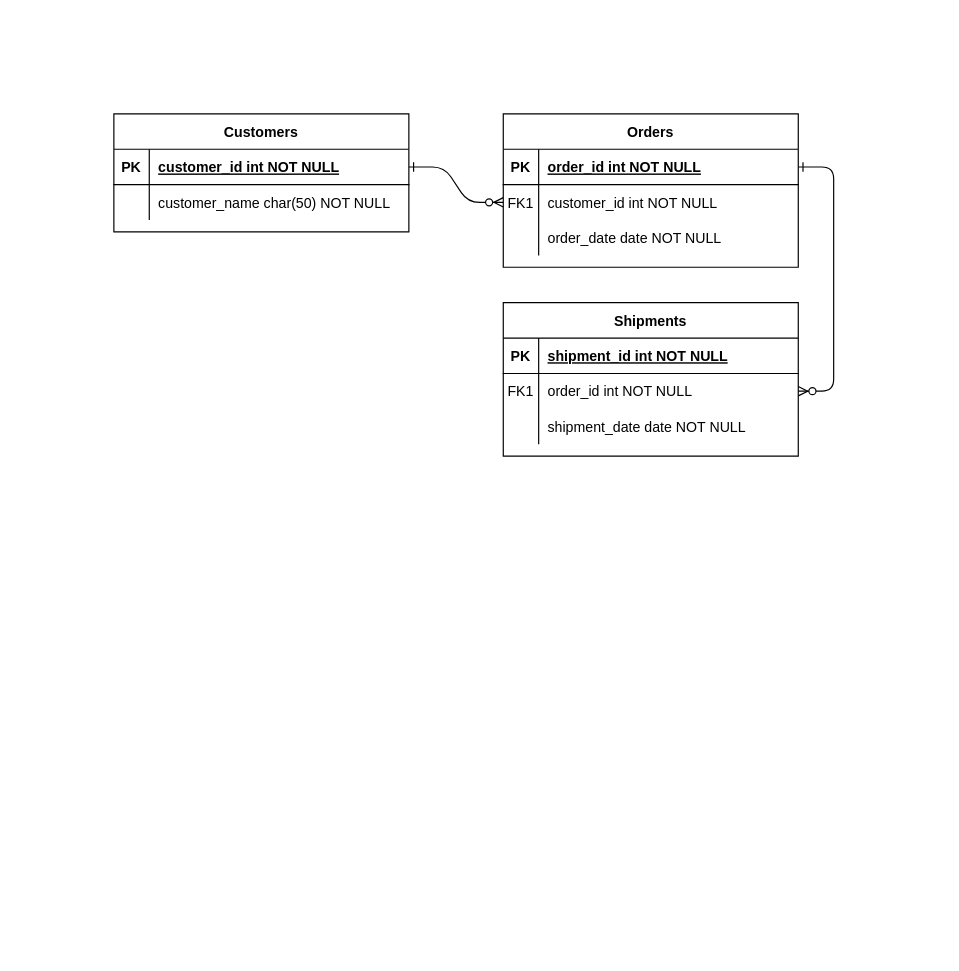
Before: InternationalSouvenirsGroupERD.drawio in wstearns19/Tools-for-Data-Science, a draw.io diagram. Source tidied: cells renumbered, new cells numbered last; positions are measured from the earlier drawing's top-left corner, leaving out a move shared by most shapes. Both pictures are drawn from the tidied source at 118%, with x=0, y=0 at pixel (113, 113).
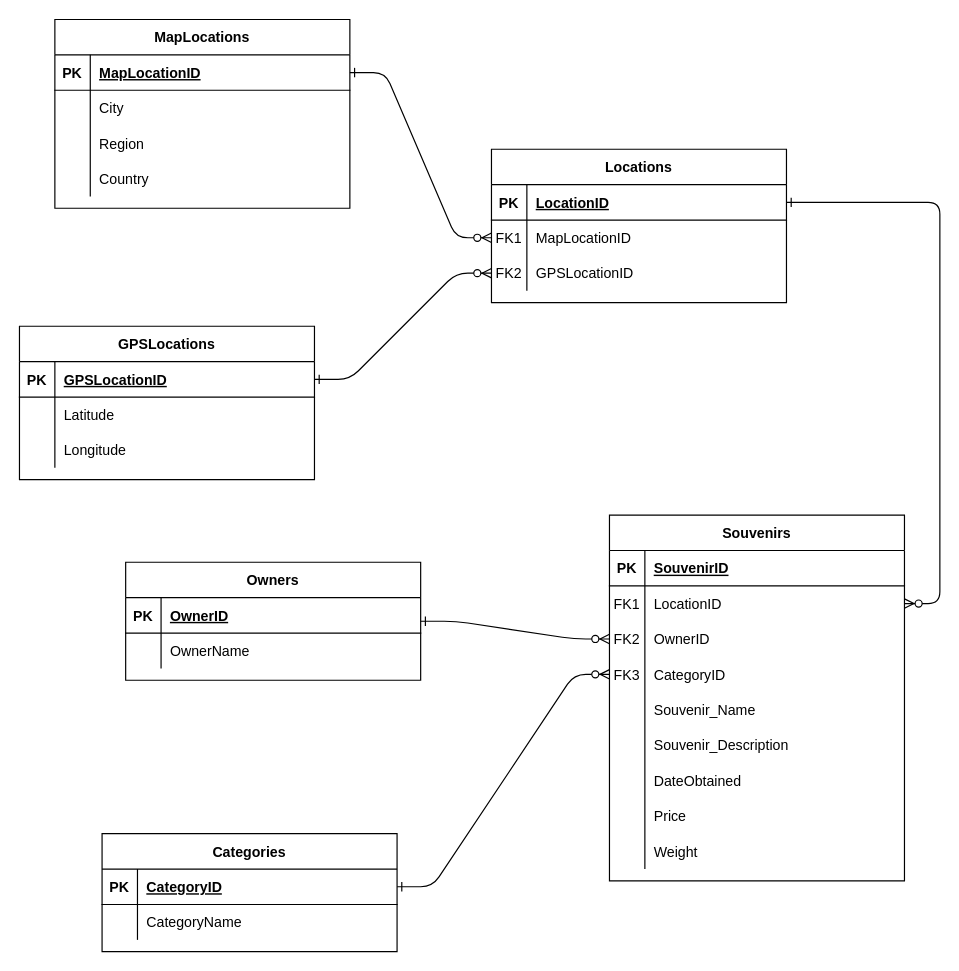
Above is the later version.

Unchanged cells that the change refers to:
```xml
<mxCell id="5" style="shape=partialRectangle;fillColor=none;points=[[0,0.5],[1,0.5]];portConstraint=eastwest;top=0;left=0;right=0;bottom=1;" parent="4" vertex="1">
  <mxGeometry y="30" width="250" height="30" as="geometry" />
</mxCell>
<mxCell id="8" style="shape=partialRectangle;fillColor=none;points=[[0,0.5],[1,0.5]];portConstraint=eastwest;top=0;left=0;right=0;bottom=0;" parent="4" vertex="1">
  <mxGeometry y="60" width="250" height="30" as="geometry" />
</mxCell>
<mxCell id="11" style="shape=partialRectangle;fillColor=none;points=[[0,0.5],[1,0.5]];portConstraint=eastwest;top=0;left=0;right=0;bottom=0;" parent="4" vertex="1">
  <mxGeometry y="90" width="250" height="30" as="geometry" />
</mxCell>
<mxCell id="15" style="shape=partialRectangle;fillColor=none;top=0;left=0;right=0;bottom=1;" parent="14" vertex="1">
  <mxGeometry y="30" width="250" height="30" as="geometry" />
</mxCell>
<mxCell id="18" style="shape=partialRectangle;fillColor=none;points=[[0,0.5],[1,0.5]];portConstraint=eastwest;top=0;left=0;right=0;bottom=0;" parent="14" vertex="1">
  <mxGeometry y="60" width="250" height="30" as="geometry" />
</mxCell>
<mxCell id="21" style="shape=partialRectangle;fillColor=none;points=[[0,0.5],[1,0.5]];portConstraint=eastwest;top=0;left=0;right=0;bottom=0;" parent="14" vertex="1">
  <mxGeometry y="90" width="250" height="30" as="geometry" />
</mxCell>
<mxCell id="25" style="shape=partialRectangle;fillColor=none;points=[[0,0.5],[1,0.5]];portConstraint=eastwest;top=0;left=0;right=0;bottom=1;" parent="24" vertex="1">
  <mxGeometry y="30" width="250" height="30" as="geometry" />
</mxCell>
<mxCell id="28" style="shape=partialRectangle;fillColor=none;top=0;left=0;right=0;bottom=0;" parent="24" vertex="1">
  <mxGeometry y="60" width="250" height="30" as="geometry" />
</mxCell>
```

Diff of the diagram source:
```diff
@@
-    <mxCell id="3" style="edgeStyle=entityRelationEdgeStyle;endArrow=ERzeroToMany;startArrow=ERone;endFill=1;startFill=0;" parent="1" edge="1" source="5" target="18">
+    <mxCell id="3" style="edgeStyle=entityRelationEdgeStyle;endArrow=ERzeroToMany;startArrow=ERone;endFill=1;startFill=0;exitX=1;exitY=0.5;exitDx=0;exitDy=0;" parent="1" edge="1" source="5" target="18">
       <mxGeometry relative="1" as="geometry" />
     </mxCell>
-    <mxCell id="4" value="Orders" style="shape=table;startSize=30;childLayout=tableLayout;rowLines=0;fontStyle=1;align=center;" parent="1" vertex="1">
-      <mxGeometry x="330" width="250" height="130" as="geometry" />
+    <mxCell id="4" value="Locations" style="shape=table;startSize=30;childLayout=tableLayout;rowLines=0;fontStyle=1;align=center;" parent="1" vertex="1">
+      <mxGeometry x="320" y="30" width="250" height="130" as="geometry" />
     </mxCell>
@@
-    <mxCell id="7" value="order_id int NOT NULL " style="shape=partialRectangle;overflow=hidden;fillColor=none;top=0;left=0;bottom=0;right=0;align=left;spacingLeft=6;fontStyle=5;" parent="5" vertex="1">
+    <mxCell id="7" value="LocationID" style="shape=partialRectangle;overflow=hidden;fillColor=none;top=0;left=0;bottom=0;right=0;align=left;spacingLeft=6;fontStyle=5;" parent="5" vertex="1">
       <mxGeometry x="30" width="220" height="30" as="geometry" />
     </mxCell>
@@
-    <mxCell id="10" value="customer_id int NOT NULL" style="shape=partialRectangle;overflow=hidden;fillColor=none;top=0;left=0;bottom=0;right=0;align=left;spacingLeft=6;" parent="8" vertex="1">
+    <mxCell id="10" value="MapLocationID" style="shape=partialRectangle;overflow=hidden;fillColor=none;top=0;left=0;bottom=0;right=0;align=left;spacingLeft=6;" parent="8" vertex="1">
       <mxGeometry x="30" width="220" height="30" as="geometry" />
     </mxCell>
@@
-    <mxCell id="12" style="shape=partialRectangle;overflow=hidden;fillColor=none;top=0;left=0;bottom=0;right=0;" parent="11" vertex="1">
+    <mxCell id="12" value="FK2" style="shape=partialRectangle;overflow=hidden;fillColor=none;top=0;left=0;bottom=0;right=0;" parent="11" vertex="1">
       <mxGeometry width="30" height="30" as="geometry" />
     </mxCell>
-    <mxCell id="13" value="order_date date NOT NULL" style="shape=partialRectangle;overflow=hidden;fillColor=none;top=0;left=0;bottom=0;right=0;align=left;spacingLeft=6;" parent="11" vertex="1">
+    <mxCell id="13" value="GPSLocationID" style="shape=partialRectangle;overflow=hidden;fillColor=none;top=0;left=0;bottom=0;right=0;align=left;spacingLeft=6;" parent="11" vertex="1">
       <mxGeometry x="30" width="220" height="30" as="geometry" />
     </mxCell>
-    <mxCell id="14" value="Shipments" style="shape=table;startSize=30;childLayout=tableLayout;rowLines=0;fontStyle=1;align=center;" parent="1" vertex="1">
-      <mxGeometry x="330" y="160" width="250" height="130" as="geometry" />
+    <mxCell id="14" value="Souvenirs" style="shape=table;startSize=30;childLayout=tableLayout;rowLines=0;fontStyle=1;align=center;" parent="1" vertex="1">
+      <mxGeometry x="420" y="340" width="250" height="310" as="geometry" />
     </mxCell>
@@
-    <mxCell id="17" value="shipment_id int NOT NULL " style="shape=partialRectangle;overflow=hidden;fillColor=none;top=0;left=0;bottom=0;right=0;align=left;spacingLeft=6;fontStyle=5;" parent="15" vertex="1">
+    <mxCell id="17" value="SouvenirID" style="shape=partialRectangle;overflow=hidden;fillColor=none;top=0;left=0;bottom=0;right=0;align=left;spacingLeft=6;fontStyle=5;" parent="15" vertex="1">
       <mxGeometry x="30" width="220" height="30" as="geometry" />
     </mxCell>
@@
-    <mxCell id="20" value="order_id int NOT NULL" style="shape=partialRectangle;overflow=hidden;fillColor=none;top=0;left=0;bottom=0;right=0;align=left;spacingLeft=6;" parent="18" vertex="1">
+    <mxCell id="20" value="LocationID" style="shape=partialRectangle;overflow=hidden;fillColor=none;top=0;left=0;bottom=0;right=0;align=left;spacingLeft=6;" parent="18" vertex="1">
       <mxGeometry x="30" width="220" height="30" as="geometry" />
     </mxCell>
@@
-    <mxCell id="22" style="shape=partialRectangle;overflow=hidden;fillColor=none;top=0;left=0;bottom=0;right=0;" parent="21" vertex="1">
+    <mxCell id="22" value="FK2" style="shape=partialRectangle;overflow=hidden;fillColor=none;top=0;left=0;bottom=0;right=0;" parent="21" vertex="1">
       <mxGeometry width="30" height="30" as="geometry" />
     </mxCell>
-    <mxCell id="23" value="shipment_date date NOT NULL" style="shape=partialRectangle;overflow=hidden;fillColor=none;top=0;left=0;bottom=0;right=0;align=left;spacingLeft=6;" parent="21" vertex="1">
+    <mxCell id="23" value="OwnerID" style="shape=partialRectangle;overflow=hidden;fillColor=none;top=0;left=0;bottom=0;right=0;align=left;spacingLeft=6;" parent="21" vertex="1">
       <mxGeometry x="30" width="220" height="30" as="geometry" />
     </mxCell>
+    <mxCell id="31" style="shape=partialRectangle;fillColor=none;points=[[0,0.5],[1,0.5]];portConstraint=eastwest;top=0;left=0;right=0;bottom=0;" parent="14" vertex="1">
+      <mxGeometry y="120" width="250" height="30" as="geometry" />
+    </mxCell>
+    <mxCell id="32" value="FK3" style="shape=partialRectangle;overflow=hidden;fillColor=none;top=0;left=0;bottom=0;right=0;" parent="31" vertex="1">
+      <mxGeometry width="30" height="30" as="geometry" />
+    </mxCell>
+    <mxCell id="33" value="CategoryID" style="shape=partialRectangle;overflow=hidden;fillColor=none;top=0;left=0;bottom=0;right=0;align=left;spacingLeft=6;" parent="31" vertex="1">
+      <mxGeometry x="30" width="220" height="30" as="geometry" />
+    </mxCell>
+    <mxCell id="34" style="shape=partialRectangle;fillColor=none;top=0;left=0;right=0;bottom=0;" parent="14" vertex="1">
+      <mxGeometry y="150" width="250" height="30" as="geometry" />
+    </mxCell>
+    <mxCell id="35" style="shape=partialRectangle;overflow=hidden;fillColor=none;top=0;left=0;bottom=0;right=0;" parent="34" vertex="1">
+      <mxGeometry width="30" height="30" as="geometry" />
+    </mxCell>
+    <mxCell id="36" value="Souvenir_Name" style="shape=partialRectangle;overflow=hidden;fillColor=none;top=0;left=0;bottom=0;right=0;align=left;spacingLeft=6;" parent="34" vertex="1">
+      <mxGeometry x="30" width="220" height="30" as="geometry" />
+    </mxCell>
+    <mxCell id="37" style="shape=partialRectangle;fillColor=none;top=0;left=0;right=0;bottom=0;" parent="14" vertex="1">
+      <mxGeometry y="180" width="250" height="30" as="geometry" />
+    </mxCell>
+    <mxCell id="38" style="shape=partialRectangle;overflow=hidden;fillColor=none;top=0;left=0;bottom=0;right=0;" parent="37" vertex="1">
+      <mxGeometry width="30" height="30" as="geometry" />
+    </mxCell>
+    <mxCell id="39" value="Souvenir_Description" style="shape=partialRectangle;overflow=hidden;fillColor=none;top=0;left=0;bottom=0;right=0;align=left;spacingLeft=6;" parent="37" vertex="1">
+      <mxGeometry x="30" width="220" height="30" as="geometry" />
+    </mxCell>
+    <mxCell id="40" style="shape=partialRectangle;fillColor=none;top=0;left=0;right=0;bottom=0;" parent="14" vertex="1">
+      <mxGeometry y="210" width="250" height="30" as="geometry" />
+    </mxCell>
+    <mxCell id="41" style="shape=partialRectangle;overflow=hidden;fillColor=none;top=0;left=0;bottom=0;right=0;" parent="40" vertex="1">
+      <mxGeometry width="30" height="30" as="geometry" />
+    </mxCell>
+    <mxCell id="42" value="DateObtained" style="shape=partialRectangle;overflow=hidden;fillColor=none;top=0;left=0;bottom=0;right=0;align=left;spacingLeft=6;" parent="40" vertex="1">
+      <mxGeometry x="30" width="220" height="30" as="geometry" />
+    </mxCell>
+    <mxCell id="43" style="shape=partialRectangle;fillColor=none;top=0;left=0;right=0;bottom=0;" parent="14" vertex="1">
+      <mxGeometry y="240" width="250" height="30" as="geometry" />
+    </mxCell>
+    <mxCell id="44" style="shape=partialRectangle;overflow=hidden;fillColor=none;top=0;left=0;bottom=0;right=0;" parent="43" vertex="1">
+      <mxGeometry width="30" height="30" as="geometry" />
+    </mxCell>
+    <mxCell id="45" value="Price" style="shape=partialRectangle;overflow=hidden;fillColor=none;top=0;left=0;bottom=0;right=0;align=left;spacingLeft=6;" parent="43" vertex="1">
+      <mxGeometry x="30" width="220" height="30" as="geometry" />
+    </mxCell>
+    <mxCell id="46" style="shape=partialRectangle;fillColor=none;top=0;left=0;right=0;bottom=0;" parent="14" vertex="1">
+      <mxGeometry y="270" width="250" height="30" as="geometry" />
+    </mxCell>
+    <mxCell id="47" style="shape=partialRectangle;overflow=hidden;fillColor=none;top=0;left=0;bottom=0;right=0;" parent="46" vertex="1">
+      <mxGeometry width="30" height="30" as="geometry" />
+    </mxCell>
+    <mxCell id="48" value="Weight" style="shape=partialRectangle;overflow=hidden;fillColor=none;top=0;left=0;bottom=0;right=0;align=left;spacingLeft=6;" parent="46" vertex="1">
+      <mxGeometry x="30" width="220" height="30" as="geometry" />
+    </mxCell>
-    <mxCell id="24" value="Customers" style="shape=table;startSize=30;childLayout=tableLayout;rowLines=0;fontStyle=1;align=center;" parent="1" vertex="1">
-      <mxGeometry width="250" height="100" as="geometry" />
+    <mxCell id="24" value="MapLocations" style="shape=table;startSize=30;childLayout=tableLayout;rowLines=0;fontStyle=1;align=center;" parent="1" vertex="1">
+      <mxGeometry x="-50" y="-80" width="250" height="160" as="geometry" />
     </mxCell>
@@
-    <mxCell id="27" value="customer_id int NOT NULL " style="shape=partialRectangle;overflow=hidden;fillColor=none;top=0;left=0;bottom=0;right=0;align=left;spacingLeft=6;fontStyle=5;" parent="25" vertex="1">
+    <mxCell id="27" value="MapLocationID" style="shape=partialRectangle;overflow=hidden;fillColor=none;top=0;left=0;bottom=0;right=0;align=left;spacingLeft=6;fontStyle=5;" parent="25" vertex="1">
       <mxGeometry x="30" width="220" height="30" as="geometry" />
     </mxCell>
@@
-    <mxCell id="30" value="customer_name char(50) NOT NULL" style="shape=partialRectangle;overflow=hidden;fillColor=none;top=0;left=0;bottom=0;right=0;align=left;spacingLeft=6;" parent="28" vertex="1">
+    <mxCell id="30" value="City" style="shape=partialRectangle;overflow=hidden;fillColor=none;top=0;left=0;bottom=0;right=0;align=left;spacingLeft=6;" parent="28" vertex="1">
       <mxGeometry x="30" width="220" height="30" as="geometry" />
     </mxCell>
+    <mxCell id="49" style="shape=partialRectangle;fillColor=none;top=0;left=0;right=0;bottom=0;" parent="24" vertex="1">
+      <mxGeometry y="90" width="250" height="30" as="geometry" />
+    </mxCell>
+    <mxCell id="50" style="shape=partialRectangle;overflow=hidden;fillColor=none;top=0;left=0;bottom=0;right=0;" parent="49" vertex="1">
+      <mxGeometry width="30" height="30" as="geometry" />
+    </mxCell>
+    <mxCell id="51" value="Region" style="shape=partialRectangle;overflow=hidden;fillColor=none;top=0;left=0;bottom=0;right=0;align=left;spacingLeft=6;" parent="49" vertex="1">
+      <mxGeometry x="30" width="220" height="30" as="geometry" />
+    </mxCell>
+    <mxCell id="52" style="shape=partialRectangle;fillColor=none;top=0;left=0;right=0;bottom=0;" parent="24" vertex="1">
+      <mxGeometry y="120" width="250" height="30" as="geometry" />
+    </mxCell>
+    <mxCell id="53" style="shape=partialRectangle;overflow=hidden;fillColor=none;top=0;left=0;bottom=0;right=0;" parent="52" vertex="1">
+      <mxGeometry width="30" height="30" as="geometry" />
+    </mxCell>
+    <mxCell id="54" value="Country" style="shape=partialRectangle;overflow=hidden;fillColor=none;top=0;left=0;bottom=0;right=0;align=left;spacingLeft=6;" parent="52" vertex="1">
+      <mxGeometry x="30" width="220" height="30" as="geometry" />
+    </mxCell>
+    <mxCell id="55" value="GPSLocations" style="shape=table;startSize=30;childLayout=tableLayout;rowLines=0;fontStyle=1;align=center;" parent="1" vertex="1">
+      <mxGeometry x="-80" y="180" width="250" height="130" as="geometry" />
+    </mxCell>
+    <mxCell id="56" style="shape=partialRectangle;fillColor=none;points=[[0,0.5],[1,0.5]];portConstraint=eastwest;top=0;left=0;right=0;bottom=1;" parent="55" vertex="1">
+      <mxGeometry y="30" width="250" height="30" as="geometry" />
+    </mxCell>
+    <mxCell id="57" value="PK" style="shape=partialRectangle;overflow=hidden;fillColor=none;top=0;left=0;bottom=0;right=0;fontStyle=1;" parent="56" vertex="1">
+      <mxGeometry width="30" height="30" as="geometry" />
+    </mxCell>
+    <mxCell id="58" value="GPSLocationID" style="shape=partialRectangle;overflow=hidden;fillColor=none;top=0;left=0;bottom=0;right=0;align=left;spacingLeft=6;fontStyle=5;" parent="56" vertex="1">
+      <mxGeometry x="30" width="220" height="30" as="geometry" />
+    </mxCell>
+    <mxCell id="59" style="shape=partialRectangle;fillColor=none;top=0;left=0;right=0;bottom=0;" parent="55" vertex="1">
+      <mxGeometry y="60" width="250" height="30" as="geometry" />
+    </mxCell>
+    <mxCell id="60" style="shape=partialRectangle;overflow=hidden;fillColor=none;top=0;left=0;bottom=0;right=0;" parent="59" vertex="1">
+      <mxGeometry width="30" height="30" as="geometry" />
+    </mxCell>
+    <mxCell id="61" value="Latitude" style="shape=partialRectangle;overflow=hidden;fillColor=none;top=0;left=0;bottom=0;right=0;align=left;spacingLeft=6;" parent="59" vertex="1">
+      <mxGeometry x="30" width="220" height="30" as="geometry" />
+    </mxCell>
+    <mxCell id="62" style="shape=partialRectangle;fillColor=none;top=0;left=0;right=0;bottom=0;" parent="55" vertex="1">
+      <mxGeometry y="90" width="250" height="30" as="geometry" />
+    </mxCell>
+    <mxCell id="63" style="shape=partialRectangle;overflow=hidden;fillColor=none;top=0;left=0;bottom=0;right=0;" parent="62" vertex="1">
+      <mxGeometry width="30" height="30" as="geometry" />
+    </mxCell>
+    <mxCell id="64" value="Longitude" style="shape=partialRectangle;overflow=hidden;fillColor=none;top=0;left=0;bottom=0;right=0;align=left;spacingLeft=6;" parent="62" vertex="1">
+      <mxGeometry x="30" width="220" height="30" as="geometry" />
+    </mxCell>
+    <mxCell id="65" style="edgeStyle=entityRelationEdgeStyle;endArrow=ERzeroToMany;startArrow=ERone;endFill=1;startFill=0;exitX=1;exitY=0.5;exitDx=0;exitDy=0;entryX=0;entryY=0.5;entryDx=0;entryDy=0;" parent="1" edge="1" source="56" target="11">
+      <mxGeometry relative="1" as="geometry" />
+    </mxCell>
+    <mxCell id="66" value="Owners" style="shape=table;startSize=30;childLayout=tableLayout;rowLines=0;fontStyle=1;align=center;" parent="1" vertex="1">
+      <mxGeometry x="10" y="380" width="250" height="100" as="geometry" />
+    </mxCell>
+    <mxCell id="67" style="shape=partialRectangle;fillColor=none;top=0;left=0;right=0;bottom=1;" parent="66" vertex="1">
+      <mxGeometry y="30" width="250" height="30" as="geometry" />
+    </mxCell>
+    <mxCell id="68" value="PK" style="shape=partialRectangle;overflow=hidden;fillColor=none;top=0;left=0;bottom=0;right=0;fontStyle=1;" parent="67" vertex="1">
+      <mxGeometry width="30" height="30" as="geometry" />
+    </mxCell>
+    <mxCell id="69" value="OwnerID" style="shape=partialRectangle;overflow=hidden;fillColor=none;top=0;left=0;bottom=0;right=0;align=left;spacingLeft=6;fontStyle=5;" parent="67" vertex="1">
+      <mxGeometry x="30" width="220" height="30" as="geometry" />
+    </mxCell>
+    <mxCell id="70" style="shape=partialRectangle;fillColor=none;top=0;left=0;right=0;bottom=0;" parent="66" vertex="1">
+      <mxGeometry y="60" width="250" height="30" as="geometry" />
+    </mxCell>
+    <mxCell id="71" style="shape=partialRectangle;overflow=hidden;fillColor=none;top=0;left=0;bottom=0;right=0;" parent="70" vertex="1">
+      <mxGeometry width="30" height="30" as="geometry" />
+    </mxCell>
+    <mxCell id="72" value="OwnerName" style="shape=partialRectangle;overflow=hidden;fillColor=none;top=0;left=0;bottom=0;right=0;align=left;spacingLeft=6;" parent="70" vertex="1">
+      <mxGeometry x="30" width="220" height="30" as="geometry" />
+    </mxCell>
+    <mxCell id="73" value="Categories" style="shape=table;startSize=30;childLayout=tableLayout;rowLines=0;fontStyle=1;align=center;" parent="1" vertex="1">
+      <mxGeometry x="-10" y="610" width="250" height="100" as="geometry" />
+    </mxCell>
+    <mxCell id="74" style="shape=partialRectangle;fillColor=none;points=[[0,0.5],[1,0.5]];portConstraint=eastwest;top=0;left=0;right=0;bottom=1;" parent="73" vertex="1">
+      <mxGeometry y="30" width="250" height="30" as="geometry" />
+    </mxCell>
+    <mxCell id="75" value="PK" style="shape=partialRectangle;overflow=hidden;fillColor=none;top=0;left=0;bottom=0;right=0;fontStyle=1;" parent="74" vertex="1">
+      <mxGeometry width="30" height="30" as="geometry" />
+    </mxCell>
+    <mxCell id="76" value="CategoryID" style="shape=partialRectangle;overflow=hidden;fillColor=none;top=0;left=0;bottom=0;right=0;align=left;spacingLeft=6;fontStyle=5;" parent="74" vertex="1">
+      <mxGeometry x="30" width="220" height="30" as="geometry" />
+    </mxCell>
+    <mxCell id="77" style="shape=partialRectangle;fillColor=none;top=0;left=0;right=0;bottom=0;" parent="73" vertex="1">
+      <mxGeometry y="60" width="250" height="30" as="geometry" />
+    </mxCell>
+    <mxCell id="78" style="shape=partialRectangle;overflow=hidden;fillColor=none;top=0;left=0;bottom=0;right=0;" parent="77" vertex="1">
+      <mxGeometry width="30" height="30" as="geometry" />
+    </mxCell>
+    <mxCell id="79" value="CategoryName" style="shape=partialRectangle;overflow=hidden;fillColor=none;top=0;left=0;bottom=0;right=0;align=left;spacingLeft=6;" parent="77" vertex="1">
+      <mxGeometry x="30" width="220" height="30" as="geometry" />
+    </mxCell>
+    <mxCell id="80" style="edgeStyle=entityRelationEdgeStyle;endArrow=ERzeroToMany;startArrow=ERone;endFill=1;startFill=0;exitX=1;exitY=0.5;exitDx=0;exitDy=0;entryX=0;entryY=0.5;entryDx=0;entryDy=0;" parent="1" edge="1" source="66" target="21">
+      <mxGeometry relative="1" as="geometry" />
+    </mxCell>
+    <mxCell id="81" style="edgeStyle=entityRelationEdgeStyle;endArrow=ERzeroToMany;startArrow=ERone;endFill=1;startFill=0;exitX=1;exitY=0.5;exitDx=0;exitDy=0;entryX=0;entryY=0.5;entryDx=0;entryDy=0;" parent="1" edge="1" source="74" target="31">
+      <mxGeometry relative="1" as="geometry" />
+    </mxCell>
```
